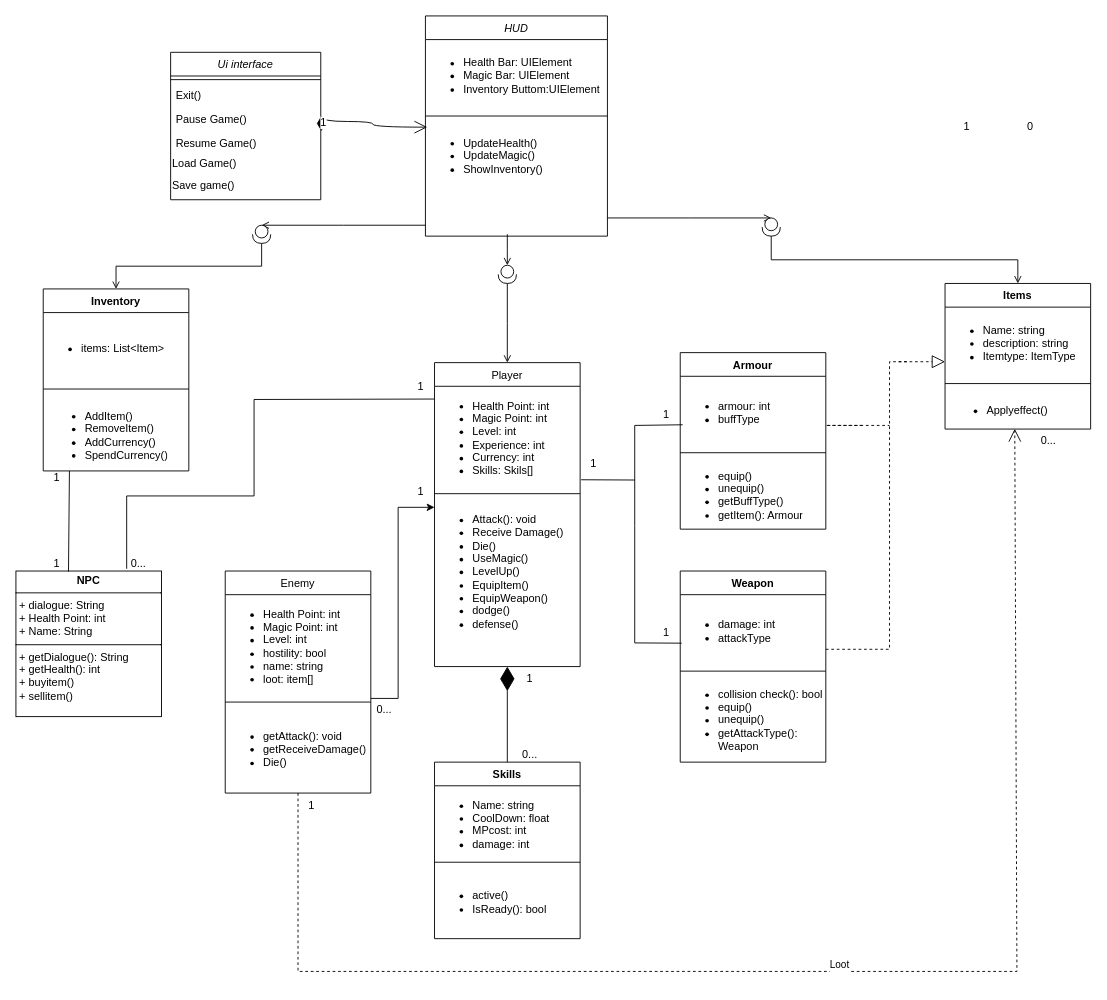
This is ClassUML_diagram.drawio from AndyC00/Ubi_hard-Game, a draw.io file, before an edit. Source tidied: cells renumbered, new cells numbered last; positions are measured from the earlier drawing's top-left corner, leaving out a move shared by most shapes. Both pictures are drawn from the tidied source at 91%, with x=0, y=0 at pixel (15, 15).
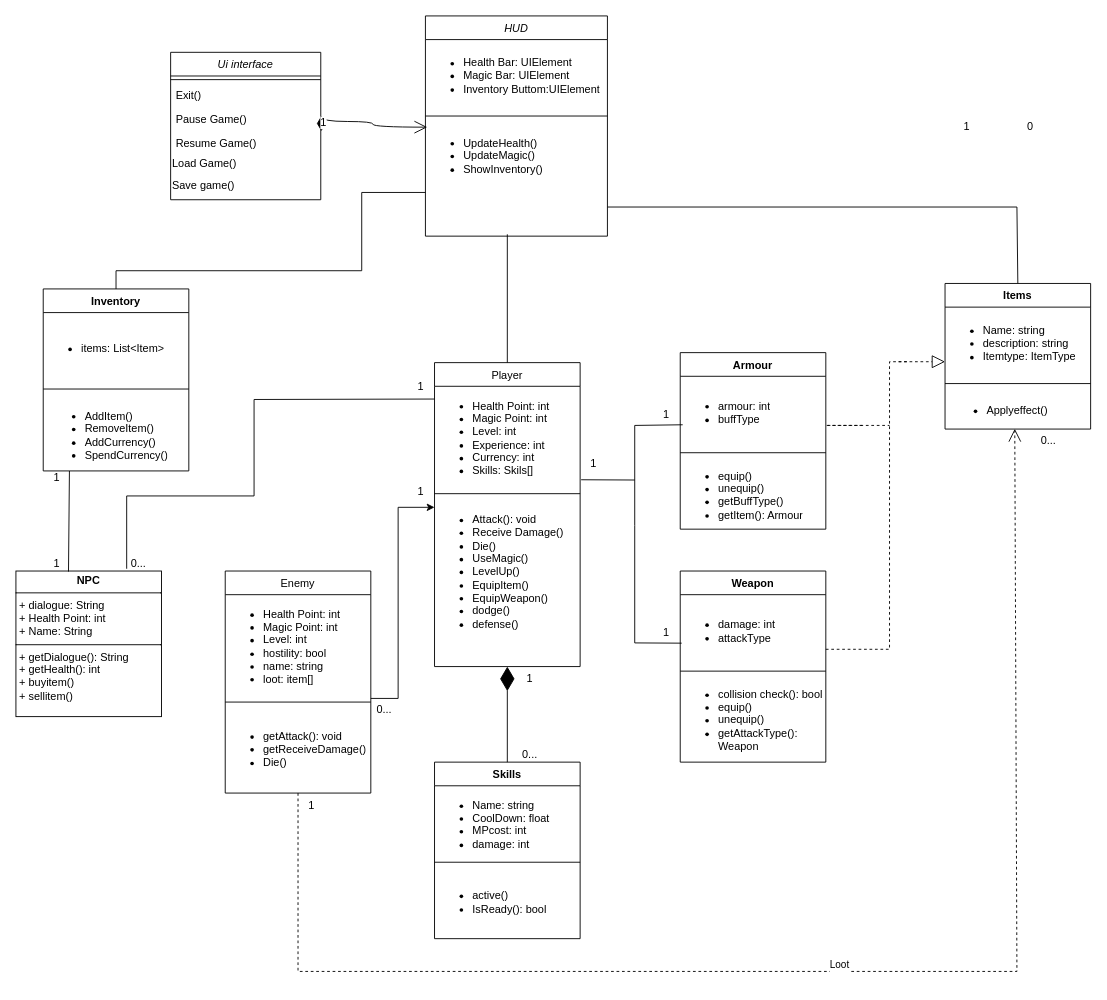
Above is the later version.

The change refers to these unchanged cells:
```xml
<mxCell id="9" value="Player" style="swimlane;fontStyle=0;align=center;verticalAlign=top;horizontal=1;startSize=26;rounded=0;shadow=0;strokeWidth=1;" parent="1" vertex="1">
  <mxGeometry x="460" y="381" width="160" height="334" as="geometry" />
</mxCell>
<mxCell id="18" value="Items" style="swimlane;fontStyle=1;align=center;verticalAlign=top;horizontal=1;startSize=26;whiteSpace=wrap;html=1;" parent="1" vertex="1">
  <mxGeometry x="1021" y="294" width="160" height="160" as="geometry" />
</mxCell>
<mxCell id="34" value="Inventory" style="swimlane;fontStyle=1;align=center;verticalAlign=top;horizontal=1;startSize=26;whiteSpace=wrap;html=1;" parent="1" vertex="1">
  <mxGeometry x="30" y="300" width="160" height="200" as="geometry" />
</mxCell>
<mxCell id="41" value="&lt;ul&gt;&lt;li&gt;UpdateHealth()&lt;/li&gt;&lt;li&gt;UpdateMagic()&lt;/li&gt;&lt;li&gt;ShowInventory()&lt;/li&gt;&lt;/ul&gt;" style="text;strokeColor=none;fillColor=none;html=1;whiteSpace=wrap;verticalAlign=middle;overflow=hidden;" parent="38" vertex="1">
  <mxGeometry y="114" width="200" height="80" as="geometry" />
</mxCell>
```

What changed in the source:
```diff
@@
-    <mxCell id="13" style="endArrow=open;shadow=0;strokeWidth=1;rounded=0;curved=0;endFill=1;edgeStyle=elbowEdgeStyle;elbow=vertical;" parent="1" edge="1" source="43" target="9">
-      <mxGeometry x="0.5" y="41" relative="1" as="geometry">
-        <mxPoint x="-40" y="32" as="offset" />
-      </mxGeometry>
-    </mxCell>
@@
-    <mxCell id="42" style="endArrow=open;shadow=0;strokeWidth=1;rounded=0;curved=0;endFill=1;edgeStyle=elbowEdgeStyle;elbow=vertical;" parent="1" edge="1" target="43">
-      <mxGeometry x="0.5" y="41" relative="1" as="geometry">
-        <mxPoint x="540" y="240" as="sourcePoint" />
-        <mxPoint x="-40" y="32" as="offset" />
-      </mxGeometry>
-    </mxCell>
-    <mxCell id="43" style="shape=providedRequiredInterface;html=1;verticalLabelPosition=bottom;sketch=0;rotation=90;" parent="1" vertex="1">
-      <mxGeometry x="530" y="274" width="20" height="20" as="geometry" />
-    </mxCell>
@@
-    <mxCell id="45" style="endArrow=open;shadow=0;strokeWidth=1;rounded=0;curved=0;endFill=1;edgeStyle=elbowEdgeStyle;elbow=vertical;entryX=0.5;entryY=0;entryDx=0;entryDy=0;" parent="1" edge="1" source="47" target="18">
-      <mxGeometry x="0.5" y="41" relative="1" as="geometry">
-        <mxPoint x="-40" y="32" as="offset" />
-      </mxGeometry>
-    </mxCell>
-    <mxCell id="46" style="endArrow=open;shadow=0;strokeWidth=1;rounded=0;curved=0;endFill=1;edgeStyle=elbowEdgeStyle;elbow=vertical;entryX=0;entryY=0.5;entryDx=0;entryDy=0;entryPerimeter=0;" parent="1" edge="1" target="47">
-      <mxGeometry x="0.5" y="41" relative="1" as="geometry">
-        <mxPoint x="650" y="222" as="sourcePoint" />
-        <mxPoint x="-40" y="32" as="offset" />
-      </mxGeometry>
-    </mxCell>
-    <mxCell id="47" style="shape=providedRequiredInterface;html=1;verticalLabelPosition=bottom;sketch=0;rotation=90;" parent="1" vertex="1">
-      <mxGeometry x="820" y="222" width="20" height="20" as="geometry" />
-    </mxCell>
-    <mxCell id="48" style="endArrow=open;shadow=0;strokeWidth=1;rounded=0;curved=0;endFill=1;edgeStyle=elbowEdgeStyle;elbow=vertical;entryX=0.5;entryY=0;entryDx=0;entryDy=0;" parent="1" edge="1" source="50" target="34">
-      <mxGeometry x="0.5" y="41" relative="1" as="geometry">
-        <mxPoint x="-40" y="32" as="offset" />
-      </mxGeometry>
-    </mxCell>
-    <mxCell id="49" style="endArrow=open;shadow=0;strokeWidth=1;rounded=0;curved=0;endFill=1;edgeStyle=elbowEdgeStyle;elbow=vertical;entryX=0;entryY=0.5;entryDx=0;entryDy=0;entryPerimeter=0;" parent="1" edge="1" target="50">
-      <mxGeometry x="0.5" y="41" relative="1" as="geometry">
-        <mxPoint x="450" y="230" as="sourcePoint" />
-        <Array as="points">
-          <mxPoint x="360" y="230" />
-        </Array>
-        <mxPoint x="-40" y="32" as="offset" />
-      </mxGeometry>
-    </mxCell>
-    <mxCell id="50" style="shape=providedRequiredInterface;html=1;verticalLabelPosition=bottom;sketch=0;rotation=90;" parent="1" vertex="1">
-      <mxGeometry x="260" y="230" width="20" height="20" as="geometry" />
-    </mxCell>
@@
+    <mxCell id="77" style="endArrow=none;html=1;rounded=0;exitX=0.5;exitY=0;exitDx=0;exitDy=0;" parent="1" edge="1" source="9">
+      <mxGeometry relative="1" as="geometry">
+        <mxPoint x="540" y="240" as="targetPoint" />
+      </mxGeometry>
+    </mxCell>
+    <mxCell id="78" style="endArrow=none;html=1;rounded=0;entryX=0;entryY=1;entryDx=0;entryDy=0;exitX=0.5;exitY=0;exitDx=0;exitDy=0;" parent="1" edge="1" source="34" target="41">
+      <mxGeometry relative="1" as="geometry">
+        <Array as="points">
+          <mxPoint x="110" y="280" />
+          <mxPoint x="380" y="280" />
+          <mxPoint x="380" y="194" />
+        </Array>
+      </mxGeometry>
+    </mxCell>
+    <mxCell id="79" style="endArrow=none;html=1;rounded=0;entryX=0.5;entryY=0;entryDx=0;entryDy=0;" parent="1" edge="1" target="18">
+      <mxGeometry relative="1" as="geometry">
+        <mxPoint x="650" y="210" as="sourcePoint" />
+        <Array as="points">
+          <mxPoint x="1100" y="210" />
+        </Array>
+      </mxGeometry>
+    </mxCell>
```
